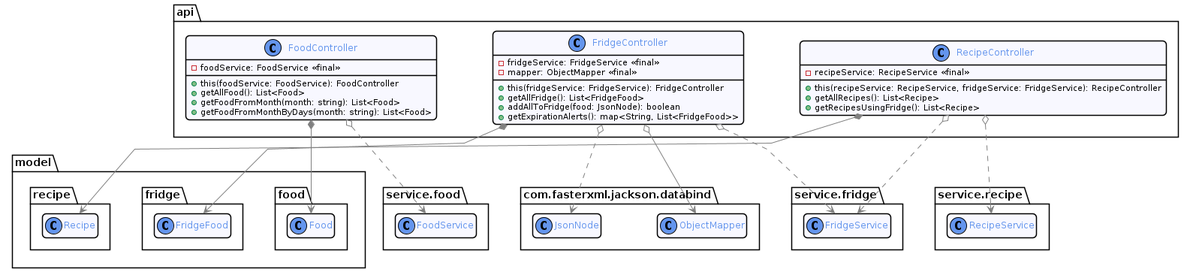
romainvacheret/wadge-backend keeps this PlantUML diagram as docs/diagram/out/api.png. Above is the earlier version.
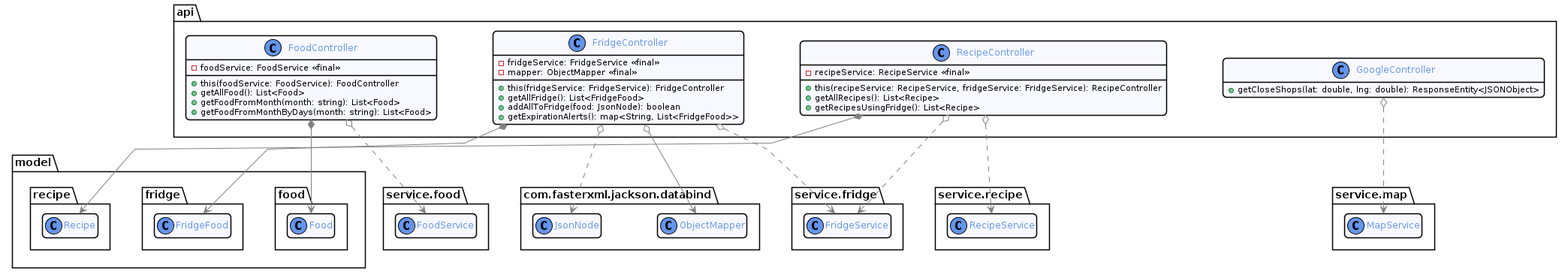
After the change.

Change to the diagram source:
```diff
@@ -13,6 +13,10 @@
     package recipe {
         class Recipe {}
     }
+}
+
+package service.map {
+    class MapService {}
 }
 
 package com.fasterxml.jackson.databind {
@@ -56,7 +60,16 @@
         + getAllRecipes(): List<Recipe>
         + getRecipesUsingFridge(): List<Recipe>
     }
+
+    class GoogleController {
+        + getCloseShops(lat: double, lng: double): ResponseEntity<JSONObject>
+    }
+
+
+
 }
+
+GoogleController o..> MapService
 
 FoodController *--> Food
 FoodController o..> FoodService
@@ -69,4 +82,5 @@
 RecipeController *--> Recipe
 RecipeController o..> RecipeService
 RecipeController o..> FridgeService
+
 @enduml
```
